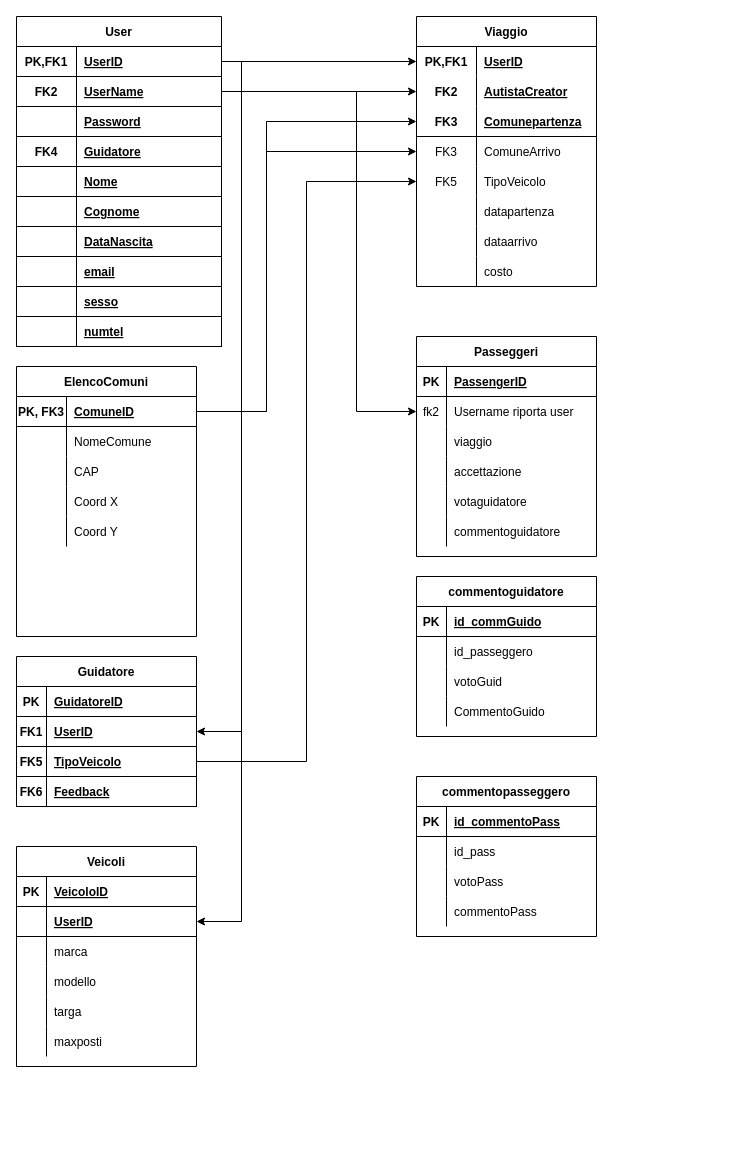
This is TEST E PROVE/blablacar.drawio from Pricesswg/Diagrammi, a draw.io file, before an edit. Source tidied: cells renumbered, new cells numbered last; positions are measured from the earlier drawing's top-left corner, leaving out a move shared by most shapes. Both pictures are drawn from the tidied source at 100%, with x=0, y=0 at pixel (16, 16).
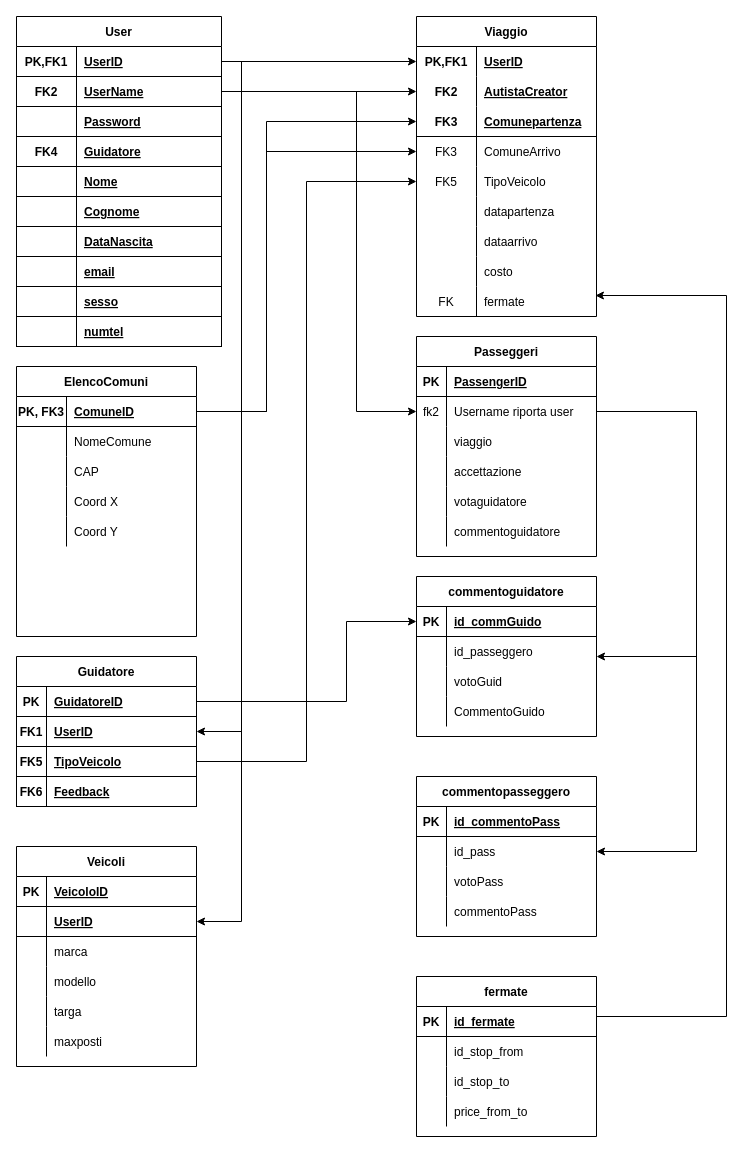
Above is the later version.

The change refers to these unchanged cells:
```xml
<mxCell id="78" style="shape=partialRectangle;fillColor=none;top=0;left=0;bottom=1;right=0;points=[[0,0.5],[1,0.5]];portConstraint=eastwest;" parent="77" vertex="1">
  <mxGeometry y="30" width="180" height="30" as="geometry" />
</mxCell>
<mxCell id="117" style="shape=partialRectangle;fillColor=none;top=0;left=0;bottom=0;right=0;points=[[0,0.5],[1,0.5]];portConstraint=eastwest;" parent="113" vertex="1">
  <mxGeometry y="60" width="180" height="30" as="geometry" />
</mxCell>
<mxCell id="133" value="commentoguidatore" style="shape=table;startSize=30;childLayout=tableLayout;rowLines=0;fontStyle=1;align=center;fillColor=none;" parent="1" vertex="1">
  <mxGeometry x="400" y="560" width="180" height="160" as="geometry" />
</mxCell>
<mxCell id="134" style="shape=partialRectangle;fillColor=none;top=0;left=0;bottom=1;right=0;points=[[0,0.5],[1,0.5]];portConstraint=eastwest;" parent="133" vertex="1">
  <mxGeometry y="30" width="180" height="30" as="geometry" />
</mxCell>
<mxCell id="150" style="shape=partialRectangle;fillColor=none;top=0;left=0;bottom=0;right=0;points=[[0,0.5],[1,0.5]];portConstraint=eastwest;" parent="146" vertex="1">
  <mxGeometry y="60" width="180" height="30" as="geometry" />
</mxCell>
```

Change to the diagram source:
```diff
@@
     <mxCell id="49" value="Viaggio" style="shape=table;startSize=30;childLayout=tableLayout;rowLines=0;fontStyle=1;align=center;" parent="1" vertex="1">
-      <mxGeometry x="400" width="180" height="270" as="geometry" />
+      <mxGeometry x="400" width="180" height="300" as="geometry" />
     </mxCell>
@@
+    <mxCell id="159" style="shape=partialRectangle;fillColor=none;top=0;left=0;bottom=0;right=0;points=[[0,0.5],[1,0.5]];portConstraint=eastwest;" parent="49" vertex="1">
+      <mxGeometry y="270" width="180" height="30" as="geometry" />
+    </mxCell>
+    <mxCell id="160" value="FK" style="shape=partialRectangle;fillColor=none;top=0;left=0;bottom=0;right=0;overflow=hidden;" parent="159" vertex="1">
+      <mxGeometry width="60" height="30" as="geometry" />
+    </mxCell>
+    <mxCell id="161" value="fermate" style="shape=partialRectangle;fillColor=none;top=0;left=0;bottom=0;right=0;align=left;spacingLeft=6;overflow=hidden;" parent="159" vertex="1">
+      <mxGeometry x="60" width="120" height="30" as="geometry" />
+    </mxCell>
@@
+    <mxCell id="162" style="edgeStyle=orthogonalEdgeStyle;rounded=0;jettySize=auto;html=1;exitX=1;exitY=0.5;exitDx=0;exitDy=0;entryX=1;entryY=0.5;entryDx=0;entryDy=0;" parent="1" edge="1" source="117" target="133">
+      <mxGeometry relative="1" as="geometry">
+        <Array as="points">
+          <mxPoint x="680" y="395" />
+          <mxPoint x="680" y="640" />
+        </Array>
+      </mxGeometry>
+    </mxCell>
+    <mxCell id="163" style="edgeStyle=orthogonalEdgeStyle;rounded=0;jettySize=auto;html=1;exitX=1;exitY=0.5;exitDx=0;exitDy=0;entryX=1;entryY=0.5;entryDx=0;entryDy=0;" parent="1" edge="1" source="117" target="150">
+      <mxGeometry relative="1" as="geometry">
+        <Array as="points">
+          <mxPoint x="680" y="395" />
+          <mxPoint x="680" y="835" />
+        </Array>
+      </mxGeometry>
+    </mxCell>
+    <mxCell id="164" style="edgeStyle=orthogonalEdgeStyle;rounded=0;jettySize=auto;html=1;exitX=1;exitY=0.5;exitDx=0;exitDy=0;entryX=0;entryY=0.5;entryDx=0;entryDy=0;" parent="1" edge="1" source="78" target="134">
+      <mxGeometry relative="1" as="geometry">
+        <Array as="points">
+          <mxPoint x="330" y="685" />
+          <mxPoint x="330" y="605" />
+        </Array>
+      </mxGeometry>
+    </mxCell>
+    <mxCell id="165" style="edgeStyle=orthogonalEdgeStyle;rounded=0;jettySize=auto;html=1;exitX=1;exitY=0.25;exitDx=0;exitDy=0;entryX=0.994;entryY=0.3;entryDx=0;entryDy=0;entryPerimeter=0;" parent="1" edge="1" source="166" target="159">
+      <mxGeometry relative="1" as="geometry">
+        <Array as="points">
+          <mxPoint x="710" y="1000" />
+          <mxPoint x="710" y="279" />
+        </Array>
+      </mxGeometry>
+    </mxCell>
+    <mxCell id="166" value="fermate" style="shape=table;startSize=30;childLayout=tableLayout;rowLines=0;fontStyle=1;align=center;fillColor=none;" parent="1" vertex="1">
+      <mxGeometry x="400" y="960" width="180" height="160" as="geometry" />
+    </mxCell>
+    <mxCell id="167" style="shape=partialRectangle;fillColor=none;top=0;left=0;bottom=1;right=0;" parent="166" vertex="1">
+      <mxGeometry y="30" width="180" height="30" as="geometry" />
+    </mxCell>
+    <mxCell id="168" value="PK" style="shape=partialRectangle;fillColor=none;top=0;left=0;bottom=0;right=0;fontStyle=1;overflow=hidden;" parent="167" vertex="1">
+      <mxGeometry width="30" height="30" as="geometry" />
+    </mxCell>
+    <mxCell id="169" value="id_fermate" style="shape=partialRectangle;fillColor=none;top=0;left=0;bottom=0;right=0;align=left;spacingLeft=6;fontStyle=5;overflow=hidden;" parent="167" vertex="1">
+      <mxGeometry x="30" width="150" height="30" as="geometry" />
+    </mxCell>
+    <mxCell id="170" style="shape=partialRectangle;fillColor=none;top=0;left=0;bottom=0;right=0;" parent="166" vertex="1">
+      <mxGeometry y="60" width="180" height="30" as="geometry" />
+    </mxCell>
+    <mxCell id="171" style="shape=partialRectangle;fillColor=none;top=0;left=0;bottom=0;right=0;overflow=hidden;" parent="170" vertex="1">
+      <mxGeometry width="30" height="30" as="geometry" />
+    </mxCell>
+    <mxCell id="172" value="id_stop_from" style="shape=partialRectangle;fillColor=none;top=0;left=0;bottom=0;right=0;align=left;spacingLeft=6;overflow=hidden;" parent="170" vertex="1">
+      <mxGeometry x="30" width="150" height="30" as="geometry" />
+    </mxCell>
+    <mxCell id="173" style="shape=partialRectangle;fillColor=none;top=0;left=0;bottom=0;right=0;" parent="166" vertex="1">
+      <mxGeometry y="90" width="180" height="30" as="geometry" />
+    </mxCell>
+    <mxCell id="174" style="shape=partialRectangle;fillColor=none;top=0;left=0;bottom=0;right=0;overflow=hidden;" parent="173" vertex="1">
+      <mxGeometry width="30" height="30" as="geometry" />
+    </mxCell>
+    <mxCell id="175" value="id_stop_to" style="shape=partialRectangle;fillColor=none;top=0;left=0;bottom=0;right=0;align=left;spacingLeft=6;overflow=hidden;" parent="173" vertex="1">
+      <mxGeometry x="30" width="150" height="30" as="geometry" />
+    </mxCell>
+    <mxCell id="176" style="shape=partialRectangle;fillColor=none;top=0;left=0;bottom=0;right=0;" parent="166" vertex="1">
+      <mxGeometry y="120" width="180" height="30" as="geometry" />
+    </mxCell>
+    <mxCell id="177" style="shape=partialRectangle;fillColor=none;top=0;left=0;bottom=0;right=0;overflow=hidden;" parent="176" vertex="1">
+      <mxGeometry width="30" height="30" as="geometry" />
+    </mxCell>
+    <mxCell id="178" value="price_from_to" style="shape=partialRectangle;fillColor=none;top=0;left=0;bottom=0;right=0;align=left;spacingLeft=6;overflow=hidden;" parent="176" vertex="1">
+      <mxGeometry x="30" width="150" height="30" as="geometry" />
+    </mxCell>
```
